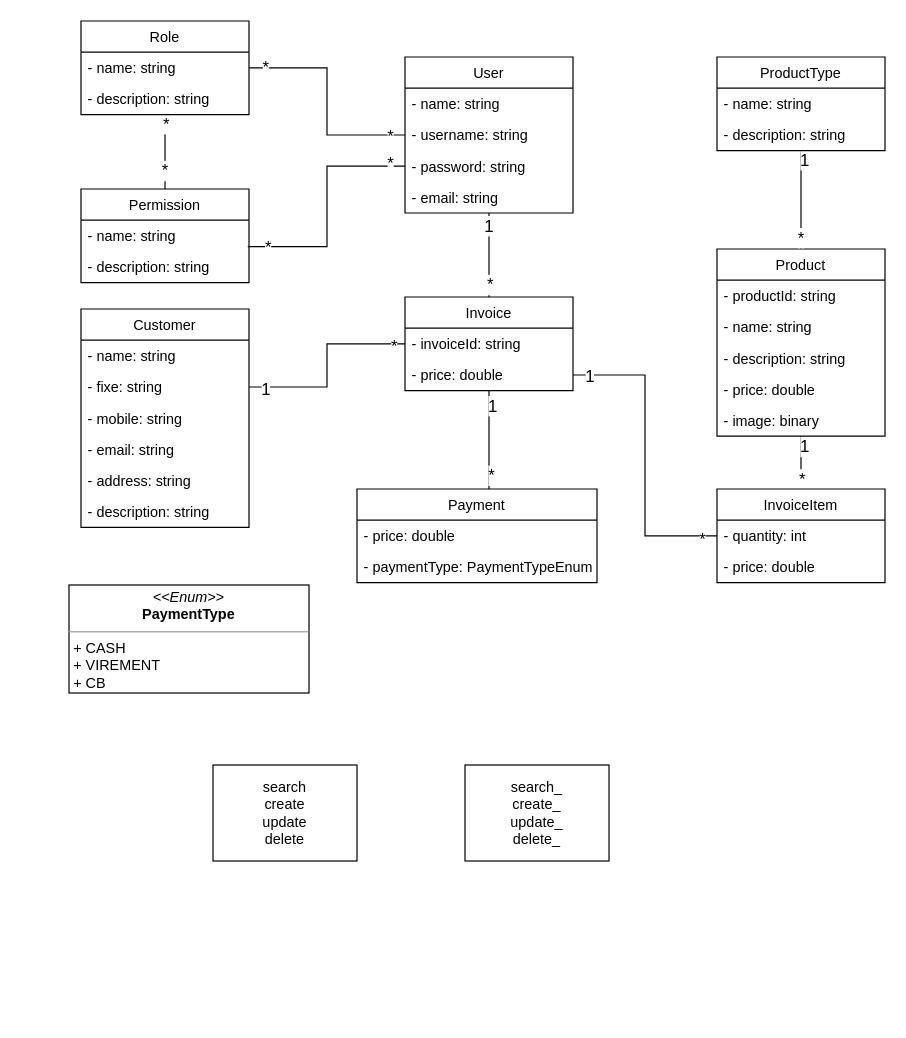
This is rocky-app-backend/rockydb.drawio from stephane-koman/rockyapp, a draw.io file, before an edit. Source tidied: cells renumbered, new cells numbered last; positions are measured from the earlier drawing's top-left corner, leaving out a move shared by most shapes. Both pictures are drawn from the tidied source at 120%, with x=0, y=0 at pixel (68, 20).
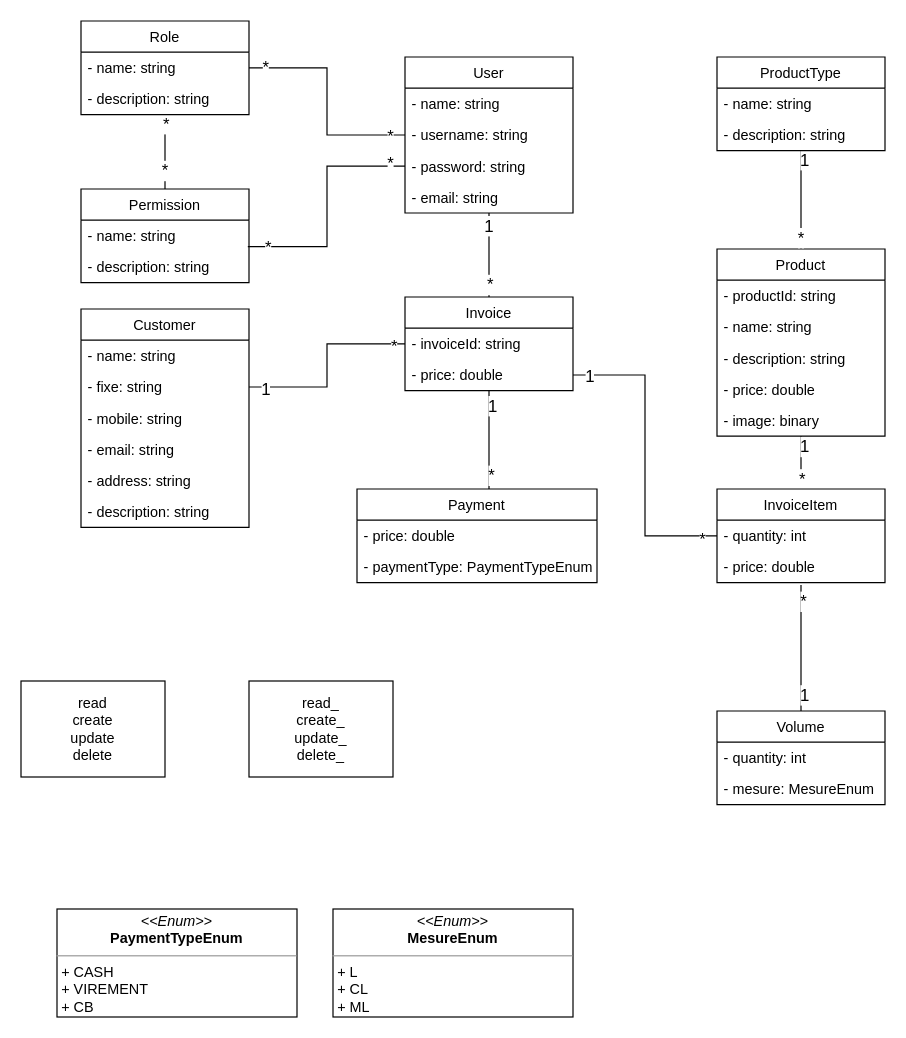
The same diagram, later.

Commit message (it also covers changes not shown here):
Complete rockydb UML class schema

Diff of the diagram source:
```diff
@@
-    <mxCell id="46" value="&lt;p style=&quot;margin:0px;margin-top:4px;text-align:center;&quot;&gt;&lt;i&gt;&amp;lt;&amp;lt;Enum&amp;gt;&amp;gt;&lt;/i&gt;&lt;br&gt;&lt;b&gt;PaymentType&lt;/b&gt;&lt;/p&gt;&lt;hr size=&quot;1&quot;&gt;&lt;p style=&quot;margin:0px;margin-left:4px;&quot;&gt;+ CASH&lt;br&gt;+ VIREMENT&lt;/p&gt;&lt;p style=&quot;margin:0px;margin-left:4px;&quot;&gt;+ CB&lt;/p&gt;&lt;hr size=&quot;1&quot;&gt;&lt;p style=&quot;margin:0px;margin-left:4px;&quot;&gt;&lt;br&gt;&lt;/p&gt;" style="verticalAlign=top;align=left;overflow=fill;fontSize=12;fontFamily=Helvetica;html=1;" parent="1" vertex="1">
-      <mxGeometry y="470" width="200" height="90" as="geometry" />
+    <mxCell id="46" value="&lt;p style=&quot;margin: 0px ; margin-top: 4px ; text-align: center&quot;&gt;&lt;i&gt;&amp;lt;&amp;lt;Enum&amp;gt;&amp;gt;&lt;/i&gt;&lt;br&gt;&lt;b&gt;MesureEnum&lt;/b&gt;&lt;/p&gt;&lt;hr size=&quot;1&quot;&gt;&lt;p style=&quot;margin: 0px ; margin-left: 4px&quot;&gt;+ L&lt;br&gt;+ CL&lt;/p&gt;&lt;p style=&quot;margin: 0px ; margin-left: 4px&quot;&gt;+ ML&lt;/p&gt;&lt;hr size=&quot;1&quot;&gt;&lt;p style=&quot;margin: 0px ; margin-left: 4px&quot;&gt;&lt;br&gt;&lt;/p&gt;" style="verticalAlign=top;align=left;overflow=fill;fontSize=12;fontFamily=Helvetica;html=1;" parent="1" vertex="1">
+      <mxGeometry x="220" y="740" width="200" height="90" as="geometry" />
     </mxCell>
@@
-    <mxCell id="66" value="search&lt;br&gt;create&lt;br&gt;update&lt;br&gt;delete" style="rounded=0;whiteSpace=wrap;html=1;" parent="1" vertex="1">
-      <mxGeometry x="120" y="620" width="120" height="80" as="geometry" />
+    <mxCell id="66" value="read&lt;br&gt;create&lt;br&gt;update&lt;br&gt;delete" style="rounded=0;whiteSpace=wrap;html=1;" parent="1" vertex="1">
+      <mxGeometry x="-40" y="550" width="120" height="80" as="geometry" />
     </mxCell>
-    <mxCell id="67" value="search_&lt;br&gt;create_&lt;br&gt;update_&lt;br&gt;delete_" style="rounded=0;whiteSpace=wrap;html=1;" parent="1" vertex="1">
-      <mxGeometry x="330" y="620" width="120" height="80" as="geometry" />
+    <mxCell id="67" value="read_&lt;br&gt;create_&lt;br&gt;update_&lt;br&gt;delete_" style="rounded=0;whiteSpace=wrap;html=1;" parent="1" vertex="1">
+      <mxGeometry x="150" y="550" width="120" height="80" as="geometry" />
     </mxCell>
+    <mxCell id="68" style="edgeStyle=orthogonalEdgeStyle;rounded=0;jettySize=auto;html=1;endArrow=none;endFill=0;" parent="1" edge="1" source="71">
+      <mxGeometry relative="1" as="geometry">
+        <mxPoint x="610" y="470" as="targetPoint" />
+      </mxGeometry>
+    </mxCell>
+    <mxCell id="69" value="&lt;font style=&quot;font-size: 14px&quot;&gt;*&lt;/font&gt;" style="edgeLabel;html=1;align=center;verticalAlign=middle;" parent="68" vertex="1">
+      <mxGeometry x="0.75" y="-1" relative="1" as="geometry" />
+    </mxCell>
+    <mxCell id="70" value="1" style="edgeLabel;html=1;align=center;verticalAlign=middle;fontSize=14;" parent="68" vertex="1">
+      <mxGeometry x="-0.73" y="-2" relative="1" as="geometry" />
+    </mxCell>
+    <mxCell id="71" value="Volume" style="swimlane;fontStyle=0;horizontal=1;startSize=26;fillColor=none;" parent="1" vertex="1">
+      <mxGeometry x="540" y="575" width="140" height="78" as="geometry" />
+    </mxCell>
+    <mxCell id="72" value="- quantity: int" style="text;strokeColor=none;fillColor=none;align=left;verticalAlign=top;spacingLeft=4;spacingRight=4;overflow=hidden;" parent="71" vertex="1">
+      <mxGeometry y="26" width="140" height="26" as="geometry" />
+    </mxCell>
+    <mxCell id="73" value="- mesure: MesureEnum" style="text;strokeColor=none;fillColor=none;align=left;verticalAlign=top;spacingLeft=4;spacingRight=4;overflow=hidden;" parent="71" vertex="1">
+      <mxGeometry y="52" width="140" height="26" as="geometry" />
+    </mxCell>
+    <mxCell id="74" value="&lt;p style=&quot;margin: 0px ; margin-top: 4px ; text-align: center&quot;&gt;&lt;i&gt;&amp;lt;&amp;lt;Enum&amp;gt;&amp;gt;&lt;/i&gt;&lt;br&gt;&lt;b&gt;PaymentTypeEnum&lt;/b&gt;&lt;/p&gt;&lt;hr size=&quot;1&quot;&gt;&lt;p style=&quot;margin: 0px ; margin-left: 4px&quot;&gt;+ CASH&lt;br&gt;+ VIREMENT&lt;/p&gt;&lt;p style=&quot;margin: 0px ; margin-left: 4px&quot;&gt;+ CB&lt;/p&gt;&lt;hr size=&quot;1&quot;&gt;&lt;p style=&quot;margin: 0px ; margin-left: 4px&quot;&gt;&lt;br&gt;&lt;/p&gt;" style="verticalAlign=top;align=left;overflow=fill;fontSize=12;fontFamily=Helvetica;html=1;" parent="1" vertex="1">
+      <mxGeometry x="-10" y="740" width="200" height="90" as="geometry" />
+    </mxCell>
```
